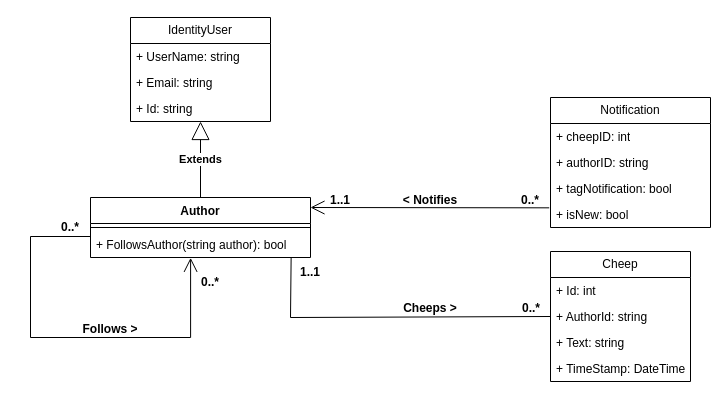
Before: docs/diagrams/domain_model_uml.drawio in ITU-BDSA2024-GROUP26/Chirp, a draw.io diagram. Source tidied: cells renumbered, new cells numbered last; positions are measured from the earlier drawing's top-left corner, leaving out a move shared by most shapes. Both pictures are drawn from the tidied source at 100%, with x=0, y=0 at pixel (30, 17).
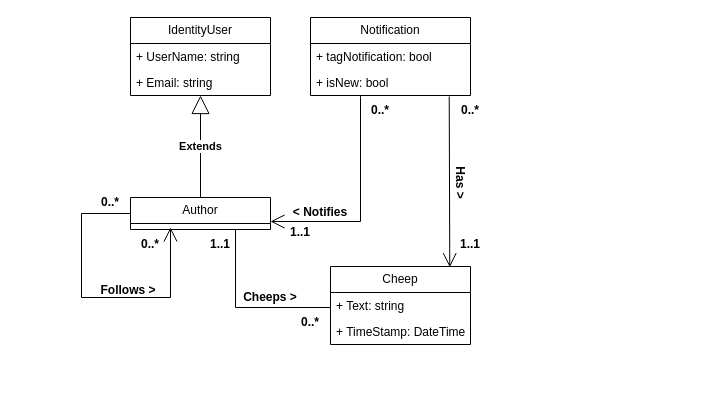
Above is the later version.

Commit message (it also covers changes not shown here):
Change domain uml and write more text

Diff of the diagram source:
```diff
@@
     <mxCell id="2" value="IdentityUser" style="swimlane;fontStyle=0;horizontal=1;startSize=26;fillColor=none;whiteSpace=wrap;html=1;" parent="1" vertex="1">
-      <mxGeometry x="100" width="140" height="104" as="geometry" />
+      <mxGeometry x="100" width="140" height="78" as="geometry" />
     </mxCell>
@@
-    <mxCell id="5" value="+ Id: string" style="text;strokeColor=none;fillColor=none;align=left;verticalAlign=top;spacingLeft=4;spacingRight=4;overflow=hidden;whiteSpace=wrap;html=1;" parent="2" vertex="1">
-      <mxGeometry y="78" width="140" height="26" as="geometry" />
-    </mxCell>
-    <mxCell id="6" value="Author" style="swimlane;fontStyle=1;align=center;verticalAlign=top;horizontal=1;startSize=26;whiteSpace=wrap;html=1;gradientColor=default;fillColor=none;" parent="1" vertex="1">
-      <mxGeometry x="60" y="180" width="220" height="60" as="geometry" />
-    </mxCell>
-    <mxCell id="7" style="line;strokeWidth=1;fillColor=none;align=left;verticalAlign=middle;spacingTop=-1;spacingLeft=3;spacingRight=3;labelPosition=right;strokeColor=inherit;" parent="6" vertex="1">
-      <mxGeometry y="26" width="220" height="8" as="geometry" />
-    </mxCell>
-    <mxCell id="8" value="+ FollowsAuthor(string author): bool" style="text;strokeColor=none;fillColor=none;align=left;verticalAlign=top;spacingLeft=4;spacingRight=4;overflow=hidden;points=[[0,0.5],[1,0.5]];portConstraint=eastwest;whiteSpace=wrap;html=1;" parent="6" vertex="1">
-      <mxGeometry y="34" width="220" height="26" as="geometry" />
-    </mxCell>
-    <mxCell id="9" style="endArrow=open;endFill=1;endSize=12;html=1;rounded=0;exitX=0;exitY=0.5;exitDx=0;exitDy=0;edgeStyle=orthogonalEdgeStyle;entryX=0.455;entryY=1.013;entryDx=0;entryDy=0;entryPerimeter=0;" parent="6" edge="1" target="8">
-      <mxGeometry relative="1" as="geometry">
-        <mxPoint y="39" as="sourcePoint" />
-        <Array as="points">
-          <mxPoint x="-60" y="39" />
-          <mxPoint x="-60" y="140" />
-          <mxPoint x="100" y="140" />
-        </Array>
-      </mxGeometry>
-    </mxCell>
     <mxCell id="10" value="Cheep" style="swimlane;fontStyle=0;horizontal=1;startSize=26;fillColor=none;whiteSpace=wrap;html=1;" parent="1" vertex="1">
-      <mxGeometry x="520" y="234" width="140" height="130" as="geometry" />
+      <mxGeometry x="300" y="249" width="140" height="78" as="geometry" />
     </mxCell>
-    <mxCell id="11" value="+ Id: int" style="text;strokeColor=none;fillColor=none;align=left;verticalAlign=top;spacingLeft=4;spacingRight=4;overflow=hidden;whiteSpace=wrap;html=1;" parent="10" vertex="1">
-      <mxGeometry y="26" width="140" height="26" as="geometry" />
-    </mxCell>
-    <mxCell id="12" value="+ AuthorId: string" style="text;strokeColor=none;fillColor=none;align=left;verticalAlign=top;spacingLeft=4;spacingRight=4;overflow=hidden;points=[[0,0.5],[1,0.5]];portConstraint=eastwest;whiteSpace=wrap;html=1;" parent="10" vertex="1">
-      <mxGeometry y="52" width="140" height="26" as="geometry" />
-    </mxCell>
     <mxCell id="13" value="+ Text: string" style="text;strokeColor=none;fillColor=none;align=left;verticalAlign=top;spacingLeft=4;spacingRight=4;overflow=hidden;whiteSpace=wrap;html=1;" parent="10" vertex="1">
-      <mxGeometry y="78" width="140" height="26" as="geometry" />
+      <mxGeometry y="26" width="140" height="26" as="geometry" />
     </mxCell>
     <mxCell id="14" value="+ TimeStamp: DateTime" style="text;strokeColor=none;fillColor=none;align=left;verticalAlign=top;spacingLeft=4;spacingRight=4;overflow=hidden;whiteSpace=wrap;html=1;" parent="10" vertex="1">
-      <mxGeometry y="104" width="140" height="26" as="geometry" />
+      <mxGeometry y="52" width="140" height="26" as="geometry" />
     </mxCell>
     <mxCell id="15" value="Notification" style="swimlane;fontStyle=0;horizontal=1;startSize=26;fillColor=none;whiteSpace=wrap;html=1;" parent="1" vertex="1">
-      <mxGeometry x="520" y="80" width="160" height="130" as="geometry" />
+      <mxGeometry x="280" width="160" height="78" as="geometry" />
     </mxCell>
-    <mxCell id="16" value="+ cheepID: int" style="text;strokeColor=none;fillColor=none;align=left;verticalAlign=top;spacingLeft=4;spacingRight=4;overflow=hidden;whiteSpace=wrap;html=1;" parent="15" vertex="1">
-      <mxGeometry y="26" width="160" height="26" as="geometry" />
-    </mxCell>
-    <mxCell id="17" value="+ authorID: string" style="text;strokeColor=none;fillColor=none;align=left;verticalAlign=top;spacingLeft=4;spacingRight=4;overflow=hidden;whiteSpace=wrap;html=1;" parent="15" vertex="1">
-      <mxGeometry y="52" width="160" height="26" as="geometry" />
-    </mxCell>
     <mxCell id="18" value="+ tagNotification: bool" style="text;strokeColor=none;fillColor=none;align=left;verticalAlign=top;spacingLeft=4;spacingRight=4;overflow=hidden;whiteSpace=wrap;html=1;" parent="15" vertex="1">
-      <mxGeometry y="78" width="160" height="26" as="geometry" />
+      <mxGeometry y="26" width="160" height="26" as="geometry" />
     </mxCell>
     <mxCell id="19" value="+ isNew: bool" style="text;strokeColor=none;fillColor=none;align=left;verticalAlign=top;spacingLeft=4;spacingRight=4;overflow=hidden;points=[[0,0.5],[1,0.5]];portConstraint=eastwest;whiteSpace=wrap;html=1;" parent="15" vertex="1">
-      <mxGeometry y="104" width="160" height="26" as="geometry" />
+      <mxGeometry y="52" width="160" height="26" as="geometry" />
     </mxCell>
-    <mxCell id="20" value="&lt;b&gt;Extends&lt;/b&gt;" style="endArrow=block;endSize=16;endFill=0;html=1;rounded=0;exitX=0.5;exitY=0;exitDx=0;exitDy=0;" parent="1" edge="1" source="6" target="2">
-      <mxGeometry relative="1" as="geometry" />
+    <mxCell id="20" value="&lt;b&gt;Extends&lt;/b&gt;" style="endArrow=block;endSize=16;endFill=0;html=1;rounded=0;exitX=0.5;exitY=0;exitDx=0;exitDy=0;" parent="1" edge="1" target="2">
+      <mxGeometry relative="1" as="geometry">
+        <mxPoint x="170" y="180" as="sourcePoint" />
+      </mxGeometry>
     </mxCell>
-    <mxCell id="21" style="endArrow=none;html=1;rounded=0;entryX=0;entryY=0.5;entryDx=0;entryDy=0;enumerate=0;exitX=0.912;exitY=1.013;exitDx=0;exitDy=0;exitPerimeter=0;" parent="1" edge="1" source="8" target="12">
+    <mxCell id="21" style="endArrow=none;html=1;rounded=0;enumerate=0;exitX=0.75;exitY=1;exitDx=0;exitDy=0;" parent="1" edge="1" source="6">
       <mxGeometry relative="1" as="geometry">
+        <mxPoint x="300" y="290" as="targetPoint" />
         <Array as="points">
-          <mxPoint x="260" y="300" />
+          <mxPoint x="205" y="290" />
         </Array>
       </mxGeometry>
     </mxCell>
     <mxCell id="22" value="&lt;b&gt;Cheeps &amp;gt;&lt;/b&gt;" style="text;strokeColor=none;align=center;fillColor=none;html=1;verticalAlign=middle;whiteSpace=wrap;rounded=0;rotation=0;" parent="1" vertex="1">
-      <mxGeometry x="370" y="276" width="60" height="30" as="geometry" />
+      <mxGeometry x="210" y="265" width="60" height="30" as="geometry" />
     </mxCell>
     <mxCell id="23" value="&lt;b&gt;&amp;lt; Notifies&lt;/b&gt;" style="text;strokeColor=none;align=center;fillColor=none;html=1;verticalAlign=middle;whiteSpace=wrap;rounded=0;rotation=0;" parent="1" vertex="1">
-      <mxGeometry x="350" y="168" width="100" height="30" as="geometry" />
+      <mxGeometry x="240" y="180" width="100" height="30" as="geometry" />
     </mxCell>
-    <mxCell id="24" style="endArrow=open;endFill=1;endSize=12;html=1;rounded=0;exitX=-0.008;exitY=0.244;exitDx=0;exitDy=0;exitPerimeter=0;" parent="1" edge="1" source="19">
+    <mxCell id="24" style="endArrow=open;endFill=1;endSize=12;html=1;rounded=0;edgeStyle=orthogonalEdgeStyle;entryX=1;entryY=0.75;entryDx=0;entryDy=0;" parent="1" edge="1" target="6">
       <mxGeometry relative="1" as="geometry">
-        <mxPoint x="280" y="190" as="targetPoint" />
+        <mxPoint x="330" y="78" as="sourcePoint" />
+        <Array as="points">
+          <mxPoint x="330" y="80" />
+          <mxPoint x="330" y="204" />
+        </Array>
       </mxGeometry>
     </mxCell>
     <mxCell id="25" value="&lt;b&gt;1..1&lt;/b&gt;" style="text;strokeColor=none;align=center;fillColor=none;html=1;verticalAlign=middle;whiteSpace=wrap;rounded=0;" parent="1" vertex="1">
-      <mxGeometry x="250" y="240" width="60" height="30" as="geometry" />
+      <mxGeometry x="160" y="212" width="60" height="30" as="geometry" />
     </mxCell>
     <mxCell id="26" value="&lt;b&gt;0..*&lt;/b&gt;" style="text;strokeColor=none;align=center;fillColor=none;html=1;verticalAlign=middle;whiteSpace=wrap;rounded=0;" parent="1" vertex="1">
-      <mxGeometry x="471" y="276" width="60" height="30" as="geometry" />
+      <mxGeometry x="90" y="212" width="60" height="30" as="geometry" />
     </mxCell>
     <mxCell id="27" value="&lt;b&gt;0..*&lt;/b&gt;" style="text;strokeColor=none;align=center;fillColor=none;html=1;verticalAlign=middle;whiteSpace=wrap;rounded=0;" parent="1" vertex="1">
-      <mxGeometry x="470" y="168" width="60" height="30" as="geometry" />
+      <mxGeometry x="320" y="78" width="60" height="30" as="geometry" />
     </mxCell>
     <mxCell id="28" value="&lt;b&gt;1..1&lt;/b&gt;" style="text;strokeColor=none;align=center;fillColor=none;html=1;verticalAlign=middle;whiteSpace=wrap;rounded=0;" parent="1" vertex="1">
-      <mxGeometry x="280" y="168" width="60" height="30" as="geometry" />
+      <mxGeometry x="240" y="200" width="60" height="30" as="geometry" />
     </mxCell>
     <mxCell id="29" value="&lt;b&gt;Follows &amp;gt;&lt;/b&gt;" style="text;strokeColor=none;align=center;fillColor=none;html=1;verticalAlign=middle;whiteSpace=wrap;rounded=0;rotation=0;" parent="1" vertex="1">
-      <mxGeometry x="50" y="297" width="60" height="30" as="geometry" />
+      <mxGeometry x="68" y="258" width="60" height="30" as="geometry" />
     </mxCell>
     <mxCell id="30" value="&lt;b&gt;0..*&lt;/b&gt;" style="text;strokeColor=none;align=center;fillColor=none;html=1;verticalAlign=middle;whiteSpace=wrap;rounded=0;" parent="1" vertex="1">
-      <mxGeometry x="150" y="250" width="60" height="30" as="geometry" />
+      <mxGeometry x="250" y="290" width="60" height="30" as="geometry" />
     </mxCell>
     <mxCell id="31" value="&lt;b&gt;0..*&lt;/b&gt;" style="text;strokeColor=none;align=center;fillColor=none;html=1;verticalAlign=middle;whiteSpace=wrap;rounded=0;" parent="1" vertex="1">
-      <mxGeometry x="10" y="195" width="60" height="30" as="geometry" />
+      <mxGeometry x="50" y="170" width="60" height="30" as="geometry" />
     </mxCell>
+    <mxCell id="6" value="Author" style="swimlane;fontStyle=0;horizontal=1;startSize=26;fillColor=none;whiteSpace=wrap;html=1;" parent="1" vertex="1">
+      <mxGeometry x="100" y="180" width="140" height="32" as="geometry" />
+    </mxCell>
+    <mxCell id="32" style="endArrow=open;endFill=1;endSize=12;html=1;rounded=0;exitX=0.867;exitY=1.038;exitDx=0;exitDy=0;exitPerimeter=0;entryX=0.852;entryY=0.009;entryDx=0;entryDy=0;entryPerimeter=0;" parent="1" edge="1" source="19" target="10">
+      <mxGeometry relative="1" as="geometry" />
+    </mxCell>
+    <mxCell id="33" style="endArrow=open;endFill=1;endSize=12;html=1;rounded=0;exitX=0;exitY=0.5;exitDx=0;exitDy=0;edgeStyle=orthogonalEdgeStyle;" parent="1" edge="1" source="6">
+      <mxGeometry relative="1" as="geometry">
+        <mxPoint x="140" y="210" as="targetPoint" />
+        <Array as="points">
+          <mxPoint x="51" y="196" />
+          <mxPoint x="140" y="280" />
+        </Array>
+      </mxGeometry>
+    </mxCell>
+    <mxCell id="34" value="&lt;b&gt;Has &amp;gt;&lt;/b&gt;" style="text;html=1;align=center;verticalAlign=middle;strokeColor=none;fillColor=none;rotation=90;" parent="1" vertex="1">
+      <mxGeometry x="400" y="150" width="60" height="30" as="geometry" />
+    </mxCell>
+    <mxCell id="35" value="&lt;b&gt;0..*&lt;/b&gt;" style="text;strokeColor=none;align=center;fillColor=none;html=1;verticalAlign=middle;whiteSpace=wrap;rounded=0;" parent="1" vertex="1">
+      <mxGeometry x="410" y="78" width="60" height="30" as="geometry" />
+    </mxCell>
+    <mxCell id="36" value="&lt;b&gt;1..1&lt;/b&gt;" style="text;strokeColor=none;align=center;fillColor=none;html=1;verticalAlign=middle;whiteSpace=wrap;rounded=0;" parent="1" vertex="1">
+      <mxGeometry x="410" y="212" width="60" height="30" as="geometry" />
+    </mxCell>
```
